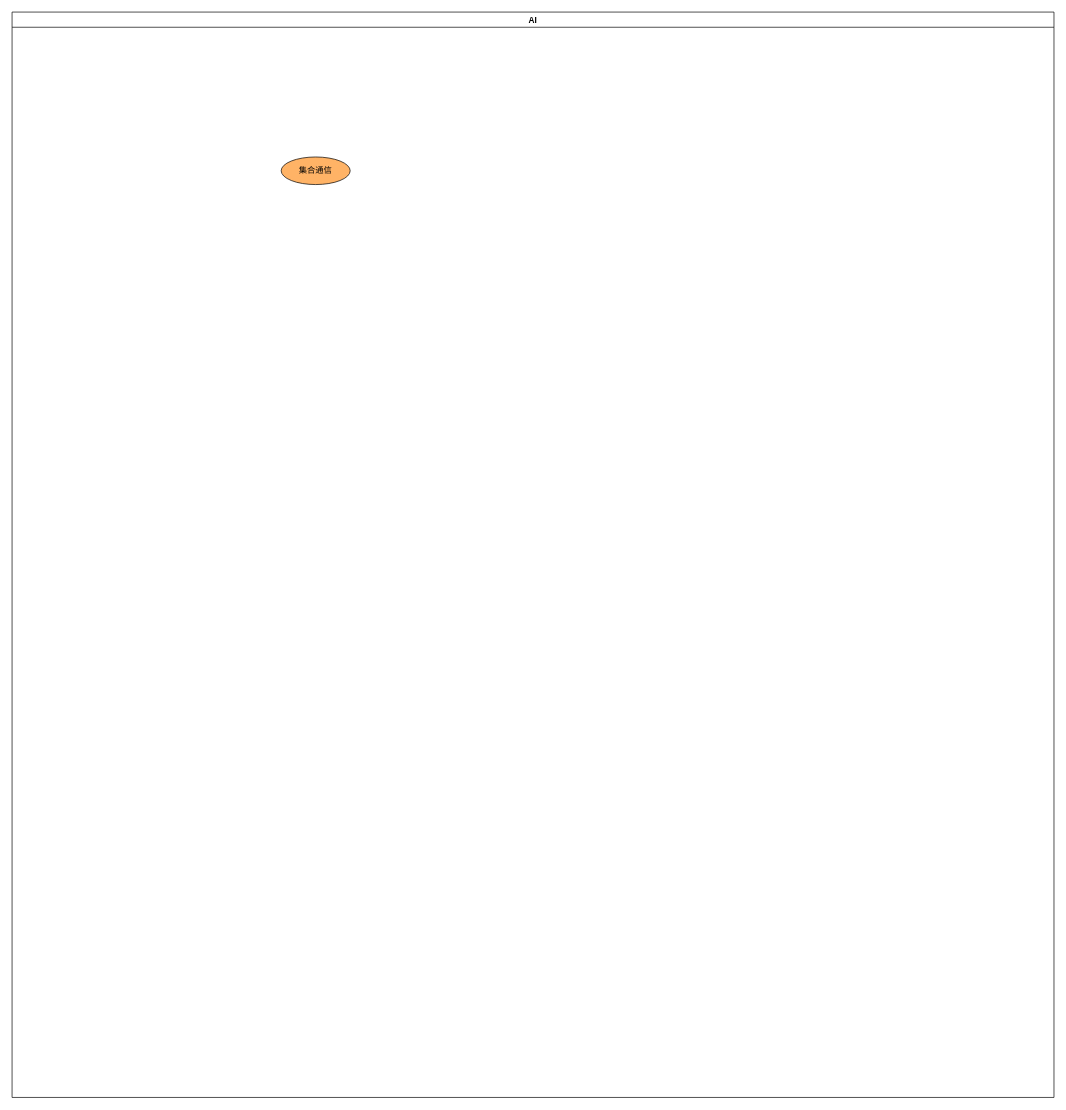
Above: 未命名绘图.drawio in lbk0116/AI (draw.io), before the change. Source tidied: cells renumbered, new cells numbered last; positions are measured from the earlier drawing's top-left corner, leaving out a move shared by most shapes. Both pictures are drawn from the tidied source at 69%, with x=0, y=0 at pixel (12, 12).
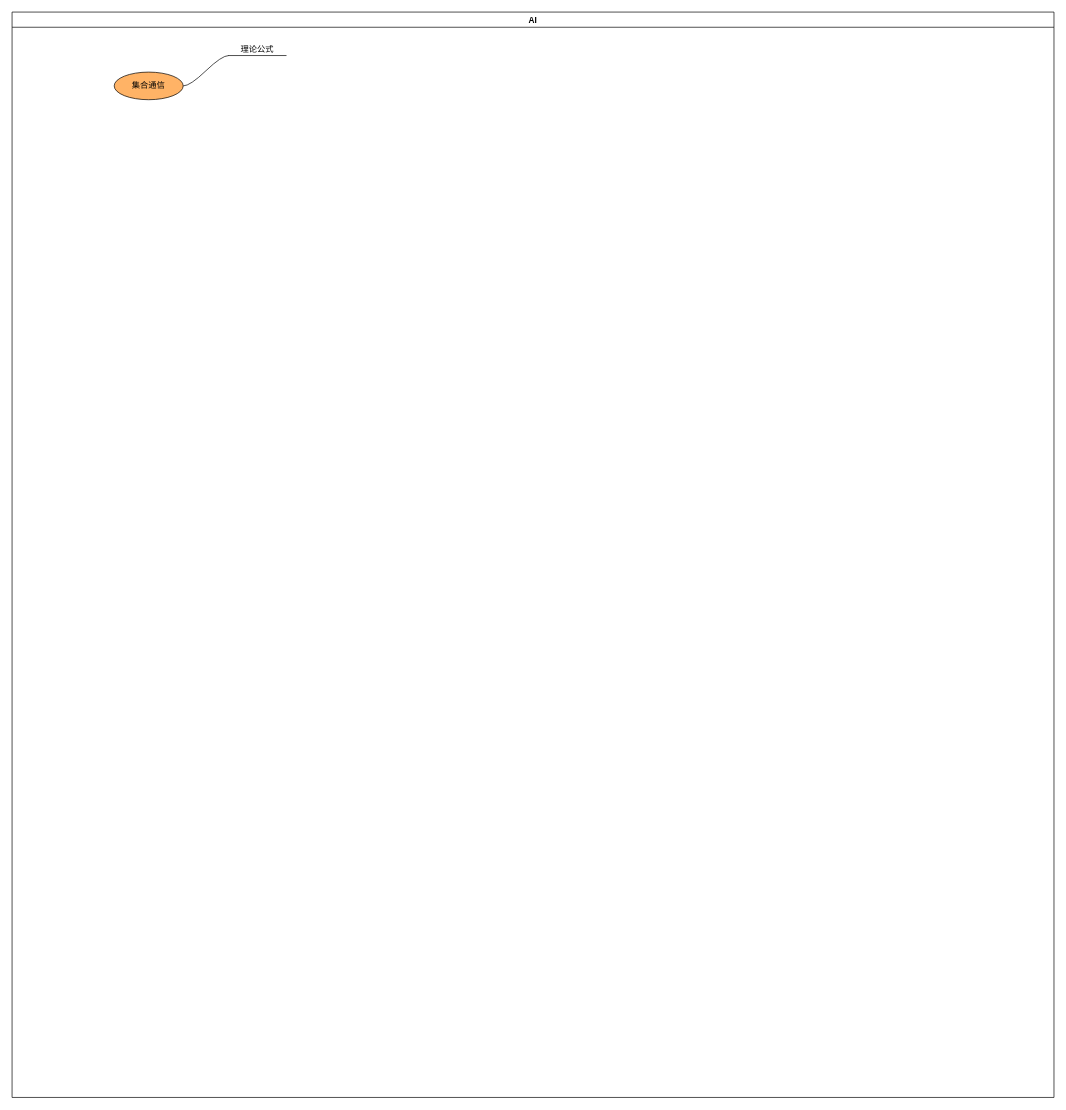
After the change.

Commit message (it also covers changes not shown here):
更新未命名绘图.drawio

Diff of the diagram source:
```diff
@@
 <mxGraphModel>
   <root>
     <mxCell id="0" />
     <mxCell id="1" parent="0" />
     <mxCell id="2" value="AI" style="swimlane;startSize=22;horizontal=1;containerType=tree;" parent="1" vertex="1">
       <mxGeometry width="1510" height="1573" as="geometry" />
     </mxCell>
+    <mxCell id="4" style="edgeStyle=entityRelationEdgeStyle;startArrow=none;endArrow=none;segment=10;curved=1;sourcePerimeterSpacing=0;targetPerimeterSpacing=0;rounded=0;" parent="2" edge="1" source="3" target="5">
+      <mxGeometry relative="1" as="geometry" />
+    </mxCell>
-    <mxCell id="3" value="集合通信" style="ellipse;whiteSpace=wrap;html=1;align=center;newEdgeStyle={&quot;edgeStyle&quot;:&quot;entityRelationEdgeStyle&quot;,&quot;startArrow&quot;:&quot;none&quot;,&quot;endArrow&quot;:&quot;none&quot;,&quot;segment&quot;:10,&quot;curved&quot;:1,&quot;sourcePerimeterSpacing&quot;:0,&quot;targetPerimeterSpacing&quot;:0};fillColor=#FFB366;" parent="1" vertex="1" collapsed="1">
-      <mxGeometry x="390" y="210" width="100" height="40" as="geometry" />
+    <mxCell id="3" value="集合通信" style="ellipse;whiteSpace=wrap;html=1;align=center;newEdgeStyle={&quot;edgeStyle&quot;:&quot;entityRelationEdgeStyle&quot;,&quot;startArrow&quot;:&quot;none&quot;,&quot;endArrow&quot;:&quot;none&quot;,&quot;segment&quot;:10,&quot;curved&quot;:1,&quot;sourcePerimeterSpacing&quot;:0,&quot;targetPerimeterSpacing&quot;:0};fillColor=#FFB366;" parent="2" vertex="1">
+      <mxGeometry x="148" y="87" width="100" height="40" as="geometry" />
     </mxCell>
+    <mxCell id="5" value="理论公式" style="whiteSpace=wrap;html=1;shape=partialRectangle;top=0;left=0;bottom=1;right=0;points=[[0,1],[1,1]];fillColor=none;align=center;verticalAlign=bottom;routingCenterY=0.5;snapToPoint=1;newEdgeStyle={&quot;edgeStyle&quot;:&quot;entityRelationEdgeStyle&quot;,&quot;startArrow&quot;:&quot;none&quot;,&quot;endArrow&quot;:&quot;none&quot;,&quot;segment&quot;:10,&quot;curved&quot;:1,&quot;sourcePerimeterSpacing&quot;:0,&quot;targetPerimeterSpacing&quot;:0};" parent="2" vertex="1">
+      <mxGeometry x="314" y="37" width="83" height="26" as="geometry" />
+    </mxCell>
   </root>
 </mxGraphModel>
```
